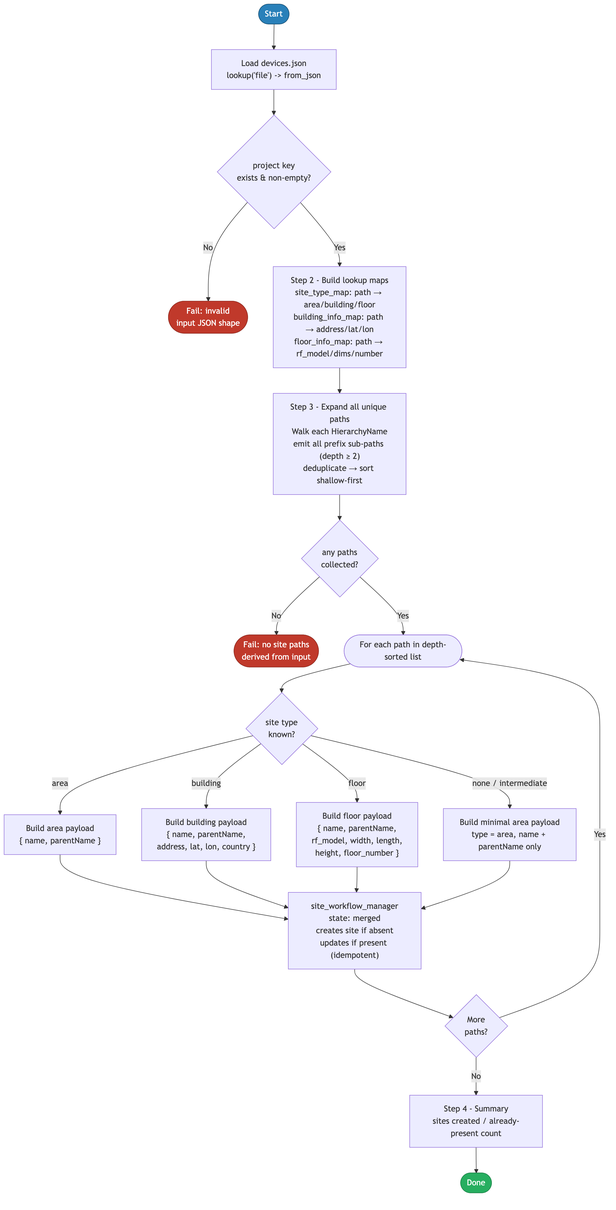
This is Support/Resources/Ansible/1.0-Cisco-Catalyst-Center-Site-Hierarchy/DIAGRAMS/logical-flow.png from kebaldwi/TECOPS-2599, a Mermaid export, as it was before one commit. Its source is kept beside it as Support/Resources/Ansible/1.0-Cisco-Catalyst-Center-Site-Hierarchy/DIAGRAMS/logical-flow.mmd. Its diagram source:
```mermaid
flowchart TD
    START([Start]) --> A

    A["Load devices.json<br/>lookup('file') -&gt; from_json"]
    A --> B{project key<br/>exists &amp; non-empty?}
    B -->|No| FAIL_A([Fail: invalid<br/>input JSON shape])
    B -->|Yes| C

    C["Step 2 - Build lookup maps<br/>site_type_map: path → area/building/floor<br/>building_info_map: path → address/lat/lon<br/>floor_info_map: path → rf_model/dims/number"]
    C --> D

    D["Step 3 - Expand all unique paths<br/>Walk each HierarchyName<br/>emit all prefix sub-paths (depth ≥ 2)<br/>deduplicate → sort shallow-first"]
    D --> E{any paths<br/>collected?}
    E -->|No| FAIL_B([Fail: no site paths<br/>derived from input])
    E -->|Yes| F

    F(["For each path in depth-sorted list"])
    F --> G{site type<br/>known?}

    G -->|area| H["Build area payload<br/>{ name, parentName }"]
    G -->|building| I["Build building payload<br/>{ name, parentName,<br/>address, lat, lon, country }"]
    G -->|floor| J["Build floor payload<br/>{ name, parentName,<br/>rf_model, width, length,<br/>height, floor_number }"]
    G -->|none / intermediate| K["Build minimal area payload<br/>type = area, name + parentName only"]

    H --> L
    I --> L
    J --> L
    K --> L

    L["site_workflow_manager<br/>state: merged<br/>creates site if absent<br/>updates if present (idempotent)"]
    L --> M{More<br/>paths?}
    M -->|Yes| F
    M -->|No| N

    N["Step 4 - Summary<br/>sites created / already-present count"]
    N --> DONE([Done])

    style FAIL_A fill:#c0392b,color:#fff,stroke:#922b21
    style FAIL_B fill:#c0392b,color:#fff,stroke:#922b21
    style DONE fill:#27ae60,color:#fff,stroke:#1e8449
    style START fill:#2980b9,color:#fff,stroke:#1a5276
```
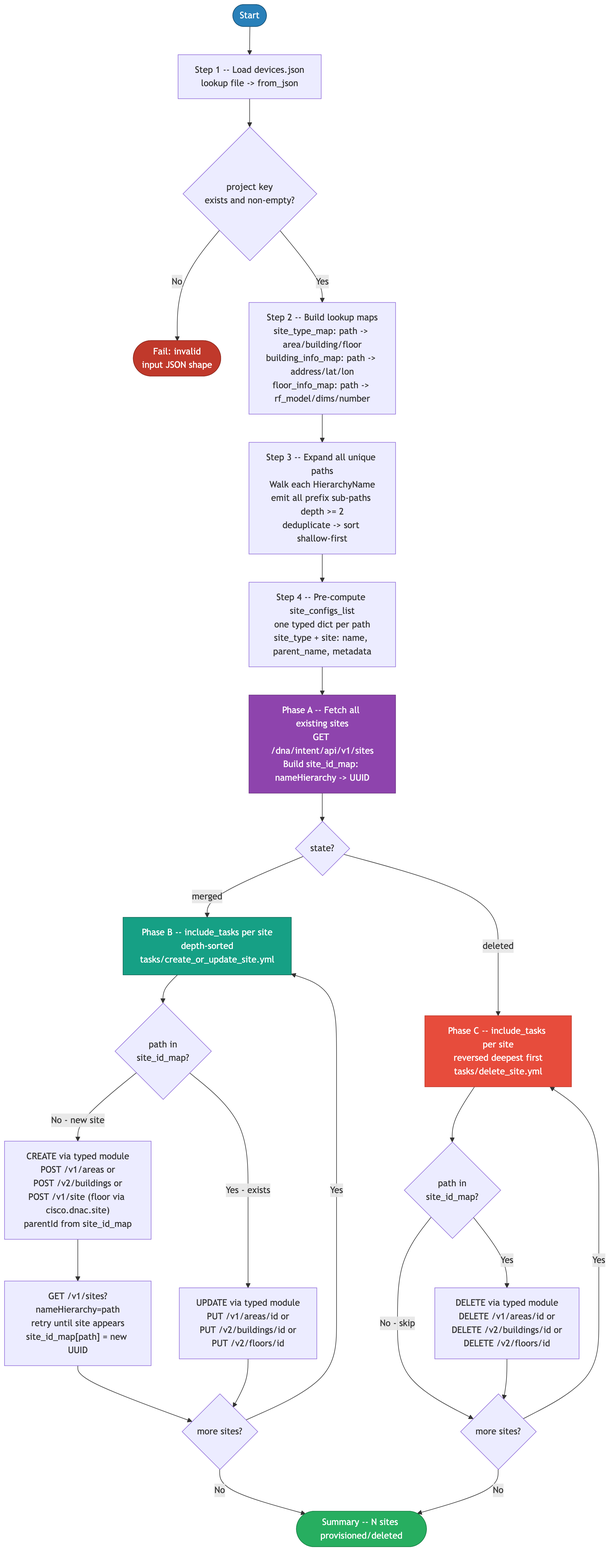
After the change.

Commit message:
1.0 site-hierarchy: sync README and logical-flow diagram to code

Diff of the diagram source:
```diff
@@ -1,41 +1,56 @@
 flowchart TD
     START([Start]) --> A
 
-    A["Load devices.json<br/>lookup('file') -&gt; from_json"]
-    A --> B{project key<br/>exists &amp; non-empty?}
+    A["Step 1 -- Load devices.json<br/>lookup file -> from_json"]
+    A --> B{project key<br/>exists and non-empty?}
     B -->|No| FAIL_A([Fail: invalid<br/>input JSON shape])
     B -->|Yes| C
 
-    C["Step 2 - Build lookup maps<br/>site_type_map: path → area/building/floor<br/>building_info_map: path → address/lat/lon<br/>floor_info_map: path → rf_model/dims/number"]
+    C["Step 2 -- Build lookup maps<br/>site_type_map: path -> area/building/floor<br/>building_info_map: path -> address/lat/lon<br/>floor_info_map: path -> rf_model/dims/number"]
     C --> D
 
-    D["Step 3 - Expand all unique paths<br/>Walk each HierarchyName<br/>emit all prefix sub-paths (depth ≥ 2)<br/>deduplicate → sort shallow-first"]
-    D --> E{any paths<br/>collected?}
-    E -->|No| FAIL_B([Fail: no site paths<br/>derived from input])
-    E -->|Yes| F
+    D["Step 3 -- Expand all unique paths<br/>Walk each HierarchyName<br/>emit all prefix sub-paths depth >= 2<br/>deduplicate -> sort shallow-first"]
+    D --> F
 
-    F(["For each path in depth-sorted list"])
-    F --> G{site type<br/>known?}
+    F["Step 4 -- Pre-compute site_configs_list<br/>one typed dict per path<br/>site_type + site: name, parent_name, metadata"]
+    F --> PA
 
-    G -->|area| H["Build area payload<br/>{ name, parentName }"]
-    G -->|building| I["Build building payload<br/>{ name, parentName,<br/>address, lat, lon, country }"]
-    G -->|floor| J["Build floor payload<br/>{ name, parentName,<br/>rf_model, width, length,<br/>height, floor_number }"]
-    G -->|none / intermediate| K["Build minimal area payload<br/>type = area, name + parentName only"]
+    PA["Phase A -- Fetch all existing sites<br/>GET /dna/intent/api/v1/sites<br/>Build site_id_map: nameHierarchy -> UUID"]
+    PA --> STATE{state?}
 
-    H --> L
-    I --> L
-    J --> L
-    K --> L
+    STATE -->|merged| PB
+    STATE -->|deleted| PC_DEL
 
-    L["site_workflow_manager<br/>state: merged<br/>creates site if absent<br/>updates if present (idempotent)"]
-    L --> M{More<br/>paths?}
-    M -->|Yes| F
-    M -->|No| N
+    PB["Phase B -- include_tasks per site<br/>depth-sorted<br/>tasks/create_or_update_site.yml"]
+    PB --> PB_CHECK{path in<br/>site_id_map?}
 
-    N["Step 4 - Summary<br/>sites created / already-present count"]
-    N --> DONE([Done])
+    PB_CHECK -->|No - new site| PB_CREATE["CREATE via typed module<br/>POST /v1/areas or<br/>POST /v2/buildings or<br/>POST /v1/site (floor via cisco.dnac.site)<br/>parentId from site_id_map"]
+    PB_CHECK -->|Yes - exists| PB_UPDATE["UPDATE via typed module<br/>PUT /v1/areas/id or<br/>PUT /v2/buildings/id or<br/>PUT /v2/floors/id"]
+
+    PB_CREATE --> PB_QUERY["GET /v1/sites?nameHierarchy=path<br/>retry until site appears<br/>site_id_map[path] = new UUID"]
+    PB_QUERY --> PB_MORE
+    PB_UPDATE --> PB_MORE
+
+    PB_MORE{more sites?}
+    PB_MORE -->|Yes| PB
+    PB_MORE -->|No| DONE
+
+    PC_DEL["Phase C -- include_tasks per site<br/>reversed deepest first<br/>tasks/delete_site.yml"]
+    PC_DEL --> PD_CHECK{path in<br/>site_id_map?}
+
+    PD_CHECK -->|Yes| PD_DEL["DELETE via typed module<br/>DELETE /v1/areas/id or<br/>DELETE /v2/buildings/id or<br/>DELETE /v2/floors/id"]
+    PD_CHECK -->|No - skip| PD_MORE
+    PD_DEL --> PD_MORE
+
+    PD_MORE{more sites?}
+    PD_MORE -->|Yes| PC_DEL
+    PD_MORE -->|No| DONE
+
+    DONE([Summary -- N sites provisioned/deleted])
 
     style FAIL_A fill:#c0392b,color:#fff,stroke:#922b21
-    style FAIL_B fill:#c0392b,color:#fff,stroke:#922b21
     style DONE fill:#27ae60,color:#fff,stroke:#1e8449
     style START fill:#2980b9,color:#fff,stroke:#1a5276
+    style PA fill:#8e44ad,color:#fff,stroke:#6c3483
+    style PB fill:#16a085,color:#fff,stroke:#0e6655
+    style PC_DEL fill:#e74c3c,color:#fff,stroke:#c0392b
```
